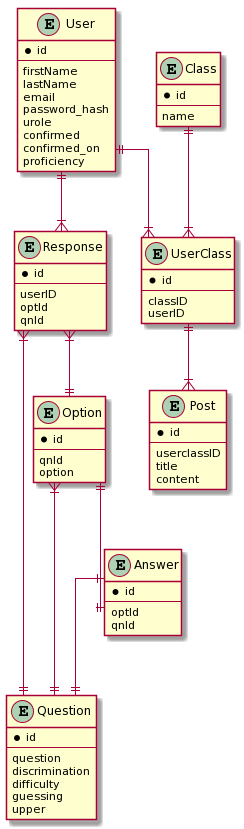
Before: docs/diagrams/Database.png, a diagram exported from PlantUML (Orbital-Knewbie/Knewbie).
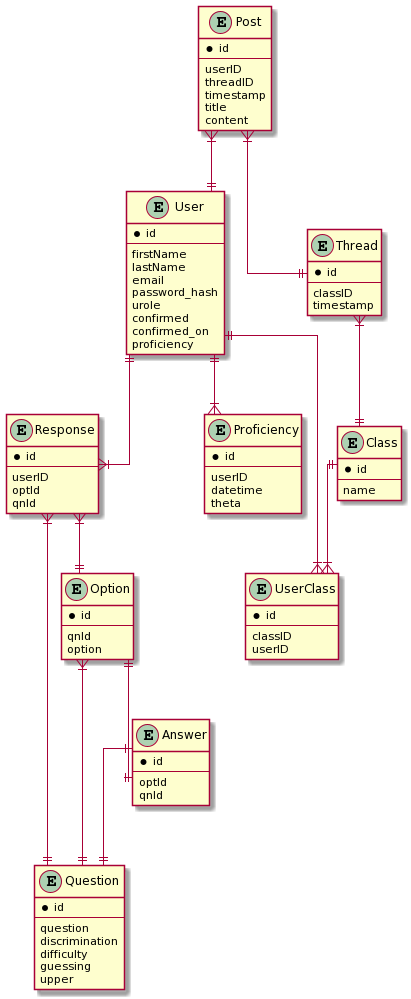
Above is the later version.

The edit, as a diff of the source:
```diff
@@ -46,10 +46,19 @@
 qnId
 }
 
+entity Thread {
+*id
+--
+classID
+timestamp
+}
+
 entity Post {
 *id
 --
-userclassID
+userID
+threadID
+timestamp
 title
 content
 }
@@ -67,6 +76,14 @@
 userID
 }
 
+entity Proficiency {
+*id
+--
+userID
+datetime
+theta
+}
+
 User ||--|{ Response
 
 Response }|--|| Option
@@ -78,5 +95,8 @@
 
 User ||--|{ UserClass
 Class ||--|{ UserClass
-UserClass ||--|{ Post
+Thread }|--|| Class
+Post }|--|| Thread
+Post }|--|| User
+User ||--|{ Proficiency
 @enduml
```
